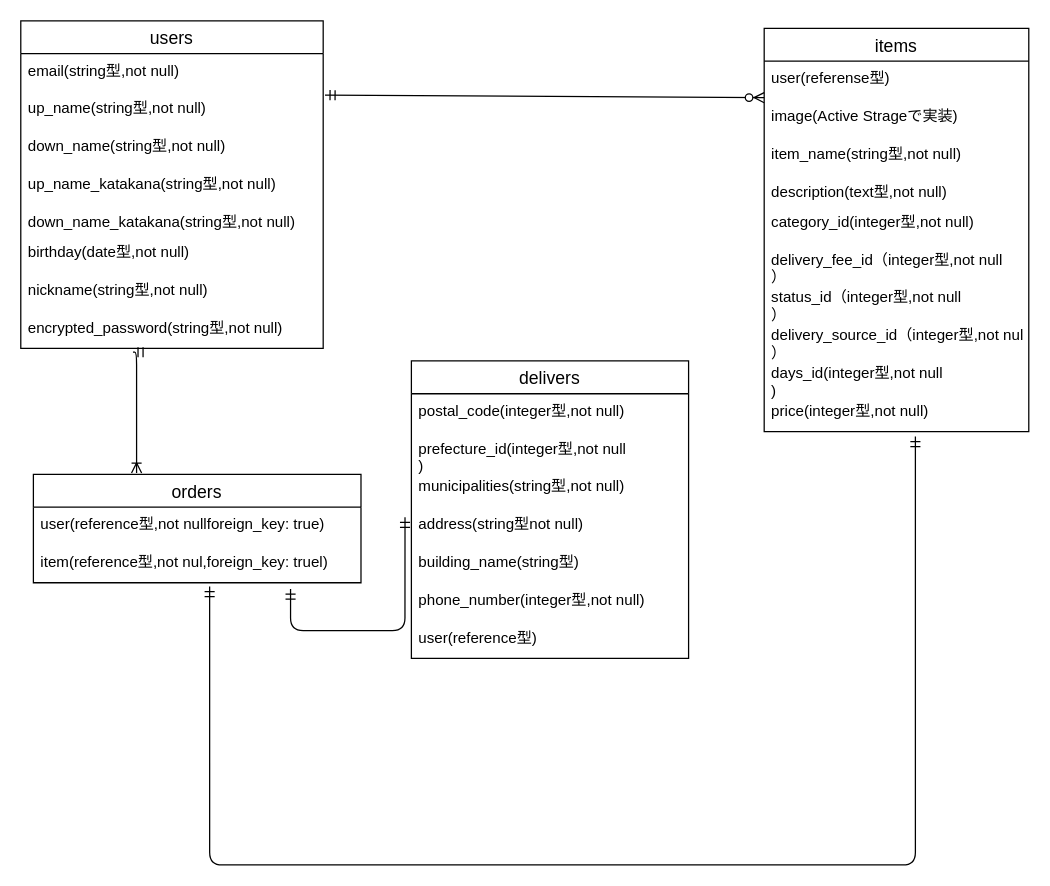
Earlier version of the draw.io diagram ER図.dio (hiroki0326/furima-34461). Source tidied: cells renumbered, new cells numbered last; positions are measured from the earlier drawing's top-left corner, leaving out a move shared by most shapes. Both pictures are drawn from the tidied source at 126%, with x=0, y=0 at pixel (20, 20).
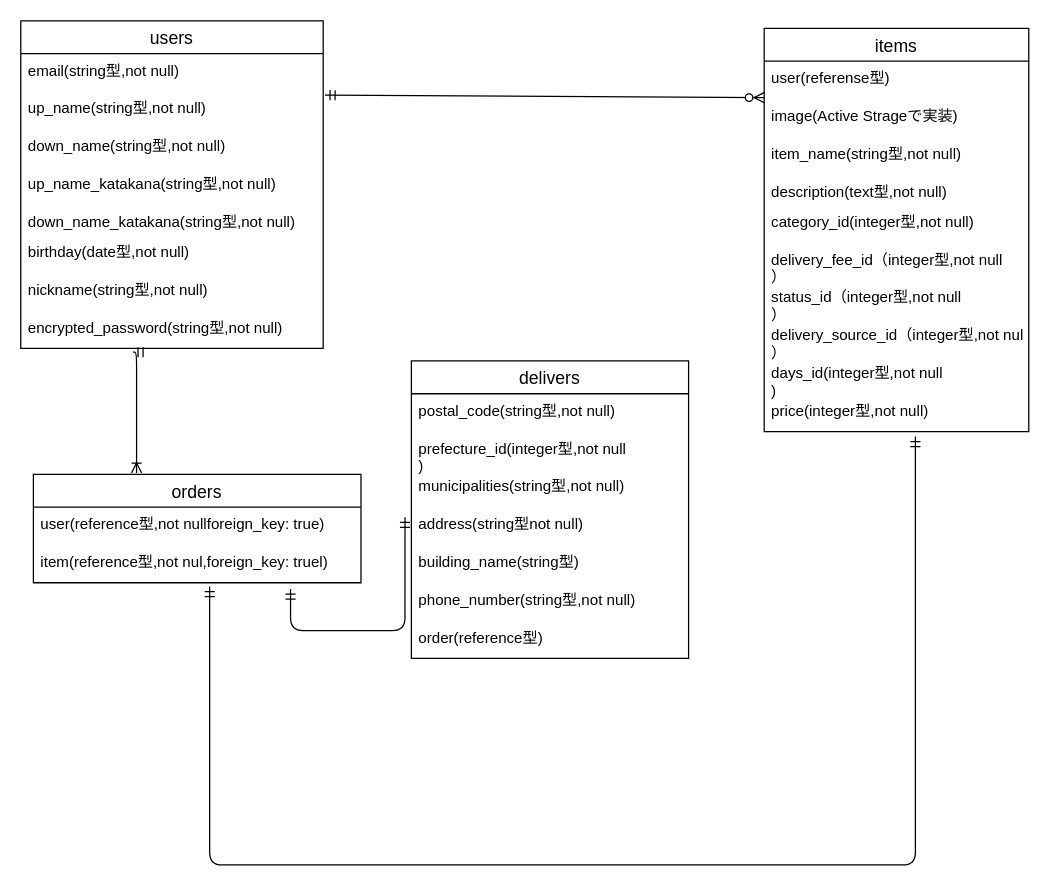
The same diagram, later.

Commit message (it also covers changes not shown here):
データベース設計

Unchanged cells that the change refers to:
```xml
<mxCell id="23" value="delivers" style="swimlane;fontStyle=0;horizontal=1;startSize=26;align=center;fontSize=14;" parent="1" vertex="1">
  <mxGeometry x="310" y="270" width="220" height="236" as="geometry" />
</mxCell>
```

Change to the diagram source:
```diff
@@
-    <mxCell id="24" value="postal_code(integer型,not null)" style="text;strokeColor=none;fillColor=none;spacingLeft=4;spacingRight=4;overflow=hidden;fontSize=12;shadow=1;" parent="23" vertex="1">
+    <mxCell id="24" value="postal_code(string型,not null)" style="text;strokeColor=none;fillColor=none;spacingLeft=4;spacingRight=4;overflow=hidden;fontSize=12;shadow=1;" parent="23" vertex="1">
       <mxGeometry y="26" width="220" height="30" as="geometry" />
     </mxCell>
@@
-    <mxCell id="29" value="phone_number(integer型,not null)" style="text;strokeColor=none;fillColor=none;spacingLeft=4;spacingRight=4;overflow=hidden;fontSize=12;shadow=1;" parent="23" vertex="1">
+    <mxCell id="29" value="phone_number(string型,not null)" style="text;strokeColor=none;fillColor=none;spacingLeft=4;spacingRight=4;overflow=hidden;fontSize=12;shadow=1;" parent="23" vertex="1">
       <mxGeometry y="176" width="220" height="30" as="geometry" />
     </mxCell>
-    <mxCell id="30" value="user(reference型)" style="text;strokeColor=none;fillColor=none;spacingLeft=4;spacingRight=4;overflow=hidden;fontSize=12;shadow=1;" parent="23" vertex="1">
+    <mxCell id="30" value="order(reference型)" style="text;strokeColor=none;fillColor=none;spacingLeft=4;spacingRight=4;overflow=hidden;fontSize=12;shadow=1;" parent="23" vertex="1">
       <mxGeometry y="206" width="220" height="30" as="geometry" />
     </mxCell>
```
